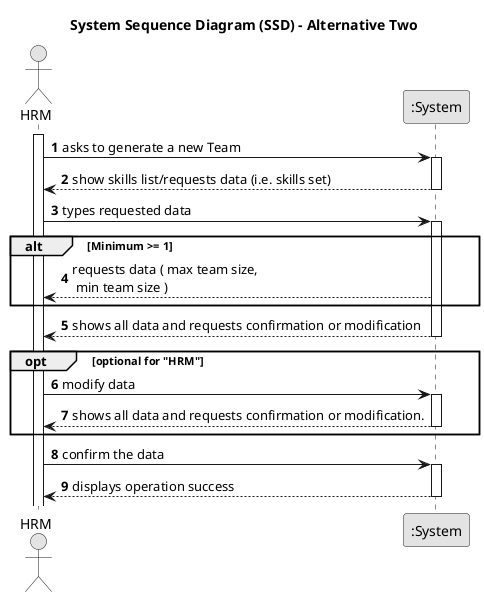
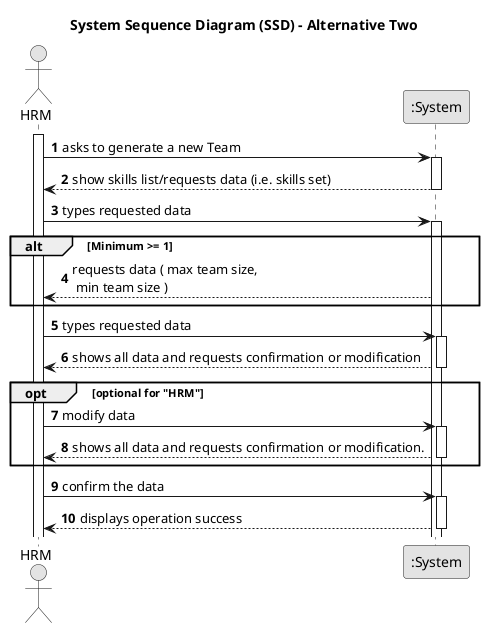
@startuml
skinparam monochrome true
skinparam packageStyle rectangle
skinparam shadowing false

title System Sequence Diagram (SSD) - Alternative Two

autonumber

actor "HRM" as Manager
participant ":System" as System

activate Manager

    Manager -> System : asks to generate a new Team
-     activate System
+      activate System

        System --> Manager : show skills list/requests data (i.e. skills set)
-     deactivate System
+      deactivate System

    Manager -> System : types requested data
-     activate System
+      activate System

-      alt Minimum >= 1
+     alt Minimum >= 1
    System --> Manager : requests data ( max team size,\n min team size )
    end

-         System --> Manager : shows all data and requests confirmation or modification
-     deactivate System
+     Manager -> System : types requested data
+      activate System
+ 
+     System --> Manager : shows all data and requests confirmation or modification
+      deactivate System

    opt optional for "HRM"
    Manager -> System : modify data
-     activate System
+      activate System

    System --> Manager : shows all data and requests confirmation or modification.
    deactivate System
    end

    Manager -> System : confirm the data
    activate System

        System --> Manager : displays operation success
    deactivate System
@enduml